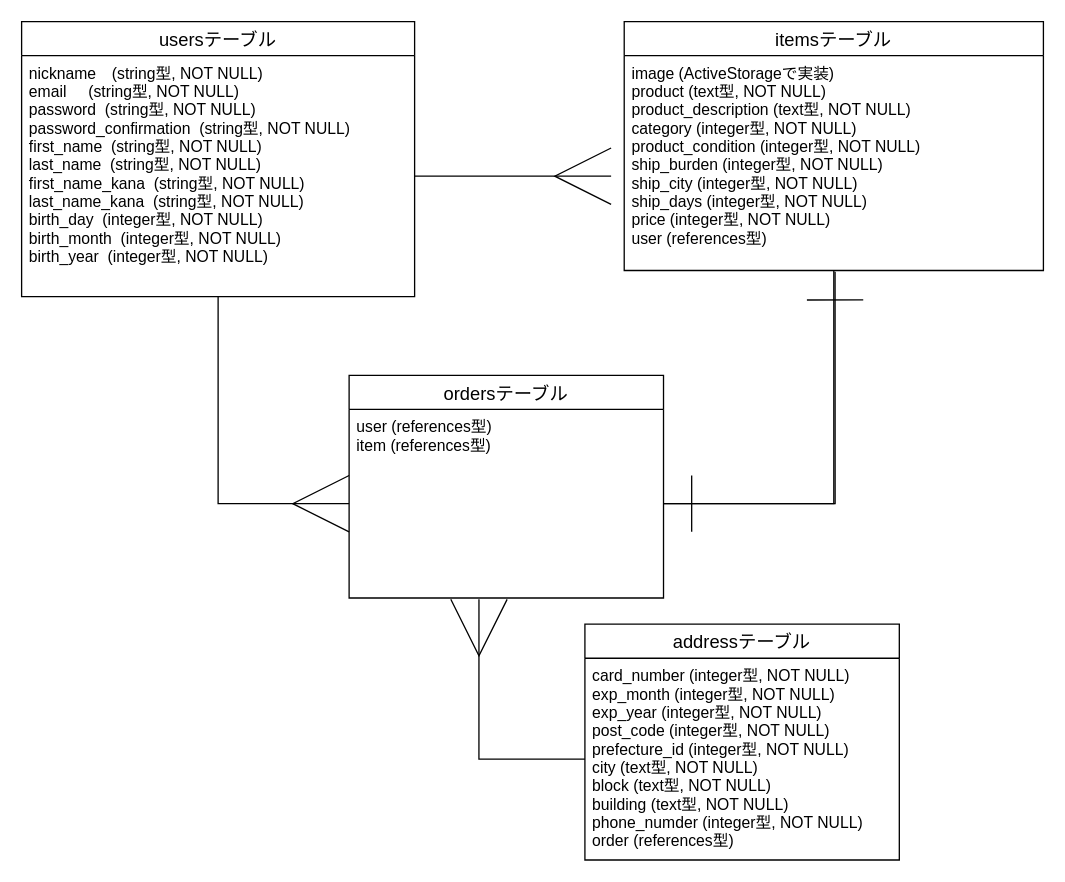
Above: furima.dio in haru0418/furima-33967 (draw.io), before the change. Source tidied: cells renumbered, new cells numbered last; positions are measured from the earlier drawing's top-left corner, leaving out a move shared by most shapes. Both pictures are drawn from the tidied source at 131%, with x=0, y=0 at pixel (21, 21).
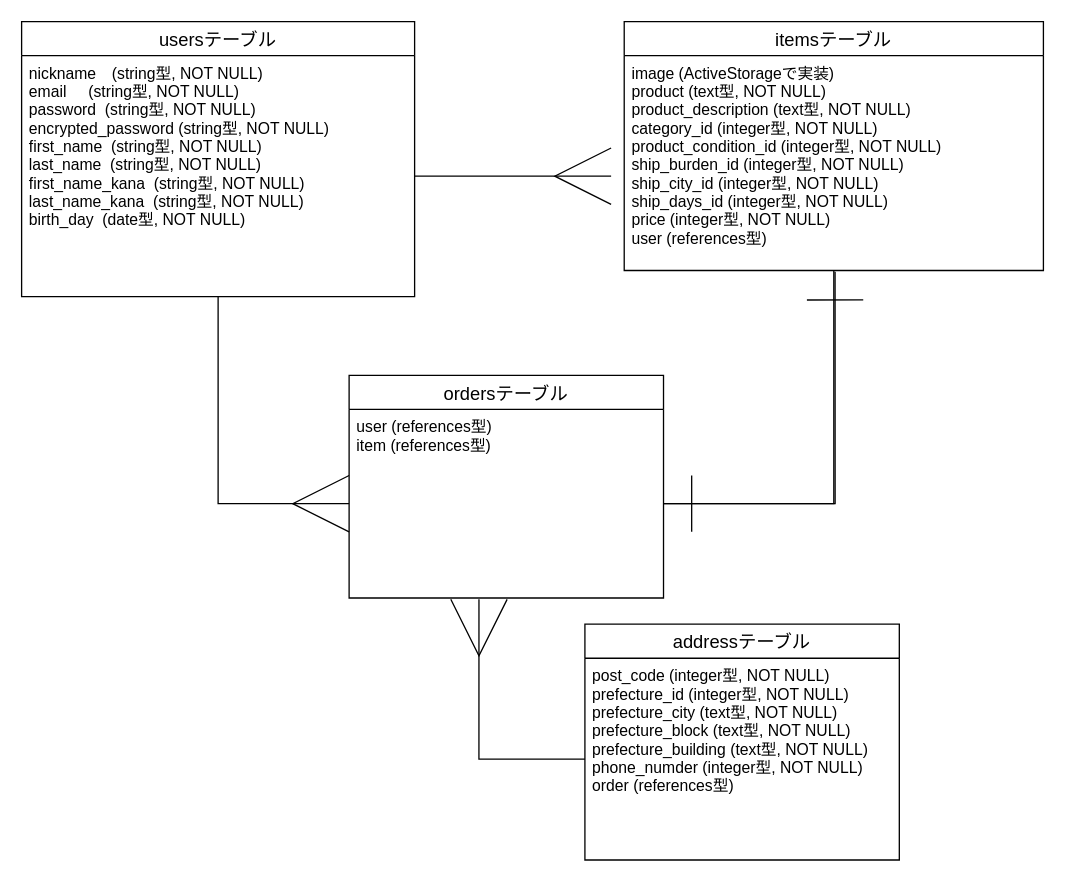
The same page after the edit.

What changed in the source:
```diff
@@
 <mxGraphModel>
   <root>
     <mxCell id="0" />
     <mxCell id="1" parent="0" />
     <mxCell id="2" style="edgeStyle=orthogonalEdgeStyle;rounded=0;jumpStyle=none;jettySize=auto;html=1;entryX=0;entryY=0.5;entryDx=0;entryDy=0;endArrow=ERmany;endFill=0;endSize=41;targetPerimeterSpacing=13;strokeWidth=1;fontColor=none;" parent="1" edge="1" source="3" target="9">
       <mxGeometry relative="1" as="geometry" />
     </mxCell>
     <mxCell id="3" value="usersテーブル" style="swimlane;fontStyle=0;horizontal=1;startSize=26;align=center;fontSize=14;" parent="1" vertex="1">
       <mxGeometry width="300" height="210" as="geometry" />
     </mxCell>
-    <mxCell id="4" value="nickname　(string型, NOT NULL)&#10;email     (string型, NOT NULL)&#10;password  (string型, NOT NULL)&#10;password_confirmation  (string型, NOT NULL)&#10;first_name  (string型, NOT NULL)&#10;last_name  (string型, NOT NULL)&#10;first_name_kana  (string型, NOT NULL)&#10;last_name_kana  (string型, NOT NULL)&#10;birth_day  (integer型, NOT NULL)&#10;birth_month  (integer型, NOT NULL)&#10;birth_year  (integer型, NOT NULL)" style="text;strokeColor=none;fillColor=none;spacingLeft=4;spacingRight=4;overflow=hidden;points=[[0,0.5],[1,0.5]];portConstraint=eastwest;fontSize=12;" parent="3" vertex="1">
+    <mxCell id="4" value="nickname　(string型, NOT NULL)&#10;email     (string型, NOT NULL)&#10;password  (string型, NOT NULL)&#10;encrypted_password (string型, NOT NULL)&#10;first_name  (string型, NOT NULL)&#10;last_name  (string型, NOT NULL)&#10;first_name_kana  (string型, NOT NULL)&#10;last_name_kana  (string型, NOT NULL)&#10;birth_day  (date型, NOT NULL)&#10;" style="text;strokeColor=none;fillColor=none;spacingLeft=4;spacingRight=4;overflow=hidden;points=[[0,0.5],[1,0.5]];portConstraint=eastwest;fontSize=12;" parent="3" vertex="1">
       <mxGeometry y="26" width="300" height="184" as="geometry" />
     </mxCell>
     <mxCell id="5" style="edgeStyle=orthogonalEdgeStyle;rounded=0;jumpStyle=none;jettySize=auto;html=1;entryX=1;entryY=0.5;entryDx=0;entryDy=0;endArrow=ERone;endFill=0;endSize=41;targetPerimeterSpacing=13;strokeWidth=1;fontColor=none;" parent="1" edge="1" source="6" target="9">
       <mxGeometry relative="1" as="geometry" />
     </mxCell>
     <mxCell id="6" value="itemsテーブル" style="swimlane;fontStyle=0;horizontal=1;startSize=26;align=center;fontSize=14;" parent="1" vertex="1">
       <mxGeometry x="460" width="320" height="190" as="geometry" />
     </mxCell>
-    <mxCell id="7" value="image (ActiveStorageで実装)&#10;product (text型, NOT NULL)&#10;product_description (text型, NOT NULL)&#10;category (integer型, NOT NULL)&#10;product_condition (integer型, NOT NULL)&#10;ship_burden (integer型, NOT NULL)&#10;ship_city (integer型, NOT NULL)&#10;ship_days (integer型, NOT NULL)&#10;price (integer型, NOT NULL)&#10;user (references型)" style="text;strokeColor=none;fillColor=none;spacingLeft=4;spacingRight=4;overflow=hidden;points=[[0,0.5],[1,0.5]];portConstraint=eastwest;fontSize=12;" parent="6" vertex="1">
+    <mxCell id="7" value="image (ActiveStorageで実装)&#10;product (text型, NOT NULL)&#10;product_description (text型, NOT NULL)&#10;category_id (integer型, NOT NULL)&#10;product_condition_id (integer型, NOT NULL)&#10;ship_burden_id (integer型, NOT NULL)&#10;ship_city_id (integer型, NOT NULL)&#10;ship_days_id (integer型, NOT NULL)&#10;price (integer型, NOT NULL)&#10;user (references型)" style="text;strokeColor=none;fillColor=none;spacingLeft=4;spacingRight=4;overflow=hidden;points=[[0,0.5],[1,0.5]];portConstraint=eastwest;fontSize=12;" parent="6" vertex="1">
       <mxGeometry y="26" width="320" height="164" as="geometry" />
     </mxCell>
     <mxCell id="8" value="ordersテーブル" style="swimlane;fontStyle=0;horizontal=1;startSize=26;align=center;fontSize=14;" parent="1" vertex="1">
       <mxGeometry x="250" y="270" width="240" height="170" as="geometry" />
     </mxCell>
     <mxCell id="9" value="user (references型)&#10;item (references型)" style="text;strokeColor=none;fillColor=none;spacingLeft=4;spacingRight=4;overflow=hidden;points=[[0,0.5],[1,0.5]];portConstraint=eastwest;fontSize=12;" parent="8" vertex="1">
       <mxGeometry y="26" width="240" height="144" as="geometry" />
     </mxCell>
     <mxCell id="10" value="addressテーブル" style="swimlane;fontStyle=0;horizontal=1;startSize=26;align=center;fontSize=14;" parent="1" vertex="1">
       <mxGeometry x="430" y="460" width="240" height="180" as="geometry" />
     </mxCell>
-    <mxCell id="11" value="card_number (integer型, NOT NULL)&#10;exp_month (integer型, NOT NULL)&#10;exp_year (integer型, NOT NULL)&#10;post_code (integer型, NOT NULL)&#10;prefecture_id (integer型, NOT NULL)&#10;city (text型, NOT NULL)&#10;block (text型, NOT NULL)&#10;building (text型, NOT NULL)&#10;phone_numder (integer型, NOT NULL)&#10;order (references型)" style="text;strokeColor=none;fillColor=none;spacingLeft=4;spacingRight=4;overflow=hidden;points=[[0,0.5],[1,0.5]];portConstraint=eastwest;fontSize=12;" parent="10" vertex="1">
+    <mxCell id="11" value="post_code (integer型, NOT NULL)&#10;prefecture_id (integer型, NOT NULL)&#10;prefecture_city (text型, NOT NULL)&#10;prefecture_block (text型, NOT NULL)&#10;prefecture_building (text型, NOT NULL)&#10;phone_numder (integer型, NOT NULL)&#10;order (references型)" style="text;strokeColor=none;fillColor=none;spacingLeft=4;spacingRight=4;overflow=hidden;points=[[0,0.5],[1,0.5]];portConstraint=eastwest;fontSize=12;" parent="10" vertex="1">
       <mxGeometry y="26" width="240" height="154" as="geometry" />
     </mxCell>
     <mxCell id="12" style="edgeStyle=orthogonalEdgeStyle;rounded=0;jumpStyle=none;jettySize=auto;html=1;endArrow=ERmany;endFill=0;endSize=41;targetPerimeterSpacing=13;strokeWidth=1;fontColor=none;" parent="1" edge="1" source="4">
       <mxGeometry relative="1" as="geometry">
         <mxPoint x="450" y="118" as="targetPoint" />
       </mxGeometry>
     </mxCell>
     <mxCell id="13" style="edgeStyle=orthogonalEdgeStyle;rounded=0;jumpStyle=none;jettySize=auto;html=1;entryX=0.503;entryY=1.006;entryDx=0;entryDy=0;entryPerimeter=0;endArrow=ERone;endFill=0;endSize=41;targetPerimeterSpacing=13;strokeWidth=1;fontColor=none;" parent="1" edge="1" source="9" target="7">
       <mxGeometry relative="1" as="geometry" />
     </mxCell>
     <mxCell id="14" style="edgeStyle=orthogonalEdgeStyle;rounded=0;jumpStyle=none;jettySize=auto;html=1;entryX=0.413;entryY=1.007;entryDx=0;entryDy=0;entryPerimeter=0;endArrow=ERmany;endFill=0;endSize=41;targetPerimeterSpacing=13;strokeWidth=1;fontColor=none;" parent="1" edge="1" source="11" target="9">
       <mxGeometry relative="1" as="geometry" />
     </mxCell>
   </root>
 </mxGraphModel>
```
